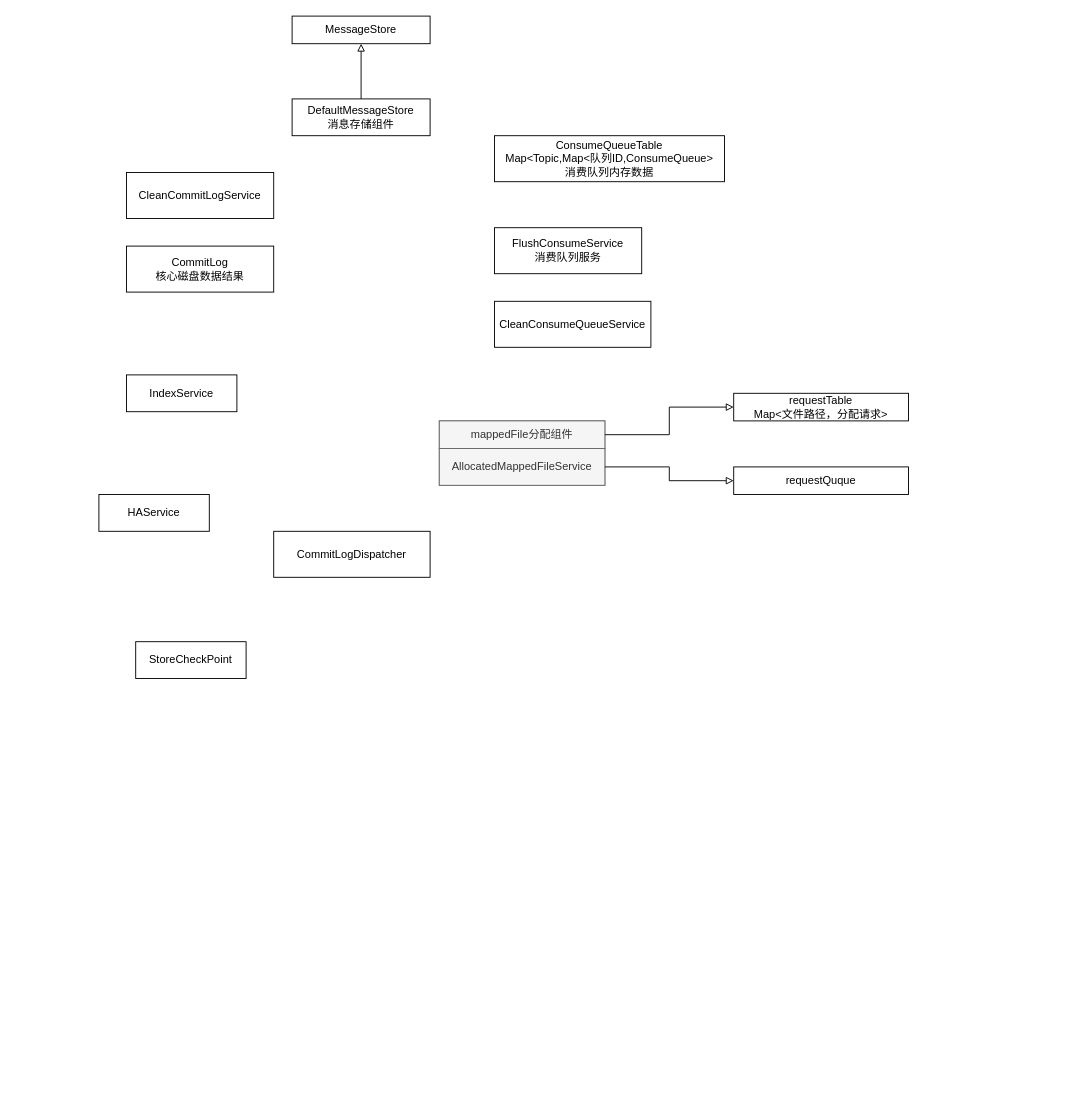
Earlier version of the draw.io diagram page "存储架构" (6 of 6) of 未命名绘图.drawio (plx927/Java-Core-learning). Source tidied: cells renumbered, new cells numbered last; positions are measured from the earlier drawing's top-left corner, leaving out a move shared by most shapes. Both pictures are drawn from the tidied source at 92%, with x=0, y=0 at pixel (98, 16).
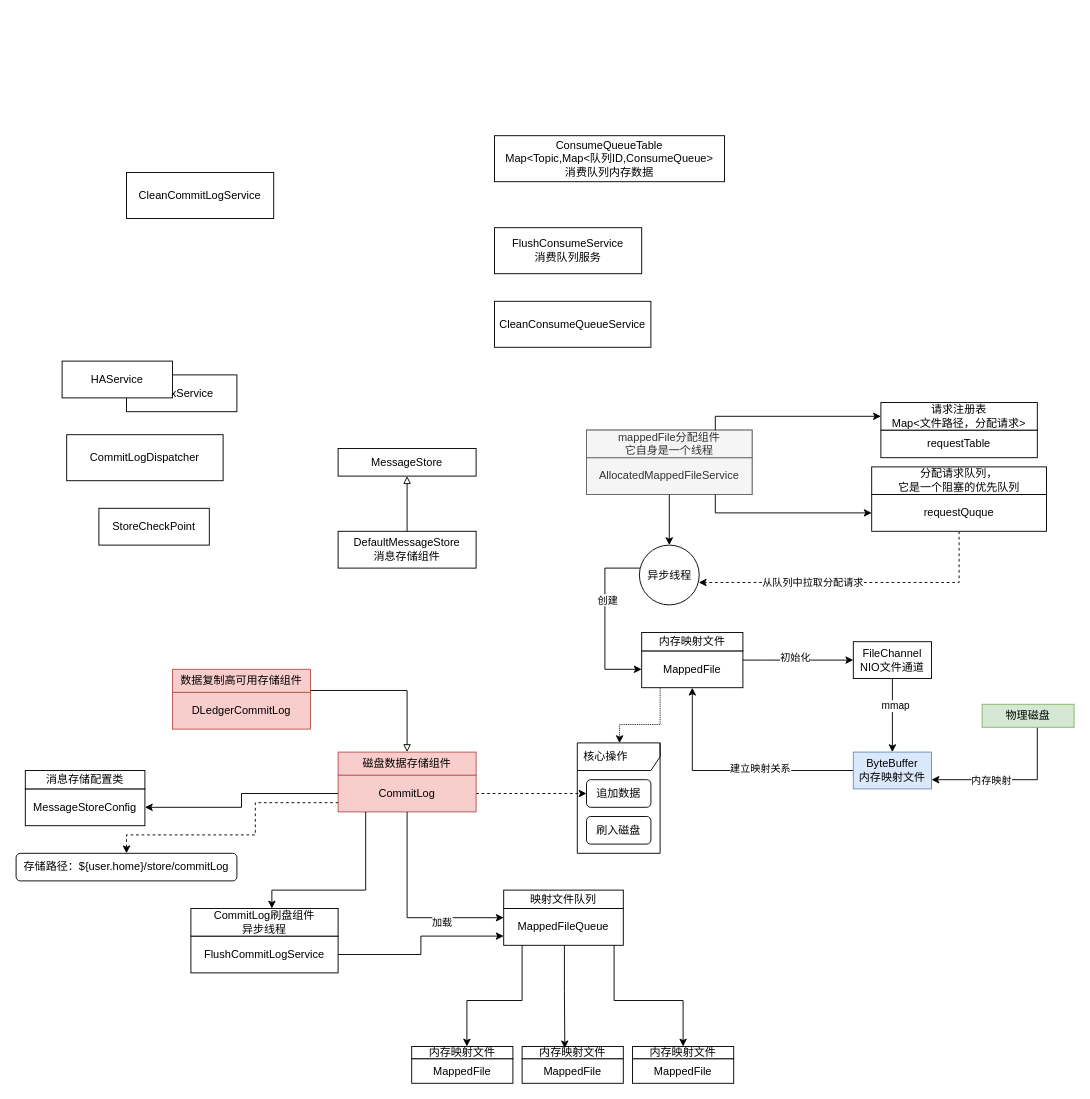
Above is the later version.

Commit message:
更新未命名绘图.drawio

The change refers to these unchanged cells:
```xml
<mxCell id="15" value="AllocatedMappedFileService" style="rounded=0;whiteSpace=wrap;html=1;fillColor=#f5f5f5;fontColor=#333333;strokeColor=#666666;" parent="14" vertex="1">
  <mxGeometry y="30" width="180" height="40" as="geometry" />
</mxCell>
```

Change to the diagram source:
```diff
@@
+    <mxCell id="21" value="核心操作" style="shape=umlFrame;whiteSpace=wrap;html=1;width=120;height=30;boundedLbl=1;verticalAlign=middle;align=left;spacingLeft=5;" parent="1" vertex="1">
+      <mxGeometry x="520" y="790" width="90" height="120" as="geometry" />
+    </mxCell>
@@
     <mxCell id="3" value="DefaultMessageStore&lt;br&gt;消息存储组件" style="rounded=0;whiteSpace=wrap;html=1;" parent="1" vertex="1">
-      <mxGeometry x="210" y="90" width="150" height="40" as="geometry" />
+      <mxGeometry x="260" y="560" width="150" height="40" as="geometry" />
     </mxCell>
     <mxCell id="4" value="MessageStore" style="rounded=0;whiteSpace=wrap;html=1;" parent="1" vertex="1">
-      <mxGeometry x="210" width="150" height="30" as="geometry" />
+      <mxGeometry x="260" y="470" width="150" height="30" as="geometry" />
     </mxCell>
-    <mxCell id="5" value="CommitLog&lt;br&gt;核心磁盘数据结果" style="rounded=0;whiteSpace=wrap;html=1;" parent="1" vertex="1">
-      <mxGeometry x="30" y="250" width="160" height="50" as="geometry" />
-    </mxCell>
+    <mxCell id="22" style="edgeStyle=orthogonalEdgeStyle;rounded=0;jettySize=auto;html=1;dashed=1;endArrow=classic;endFill=1;" parent="1" edge="1" source="5" target="44">
+      <mxGeometry relative="1" as="geometry" />
+    </mxCell>
@@
     <mxCell id="11" value="HAService" style="rounded=0;whiteSpace=wrap;html=1;" parent="1" vertex="1">
-      <mxGeometry y="520" width="120" height="40" as="geometry" />
+      <mxGeometry x="-40" y="375" width="120" height="40" as="geometry" />
     </mxCell>
     <mxCell id="12" value="StoreCheckPoint" style="rounded=0;whiteSpace=wrap;html=1;" parent="1" vertex="1">
-      <mxGeometry x="40" y="680" width="120" height="40" as="geometry" />
+      <mxGeometry y="535" width="120" height="40" as="geometry" />
     </mxCell>
     <mxCell id="13" value="CommitLogDispatcher" style="rounded=0;whiteSpace=wrap;html=1;" parent="1" vertex="1">
-      <mxGeometry x="190" y="560" width="170" height="50" as="geometry" />
+      <mxGeometry x="-35" y="455" width="170" height="50" as="geometry" />
     </mxCell>
     <mxCell id="14" style="group;fillColor=#f5f5f5;fontColor=#333333;strokeColor=#666666;" parent="1" vertex="1">
-      <mxGeometry x="370" y="440" width="180" height="70" as="geometry" />
+      <mxGeometry x="530" y="450" width="180" height="70" as="geometry" />
     </mxCell>
@@
-    <mxCell id="16" value="mappedFile分配组件" style="rounded=0;whiteSpace=wrap;html=1;fillColor=#f5f5f5;fontColor=#333333;strokeColor=#666666;" parent="14" vertex="1">
+    <mxCell id="16" value="mappedFile分配组件&lt;br&gt;它自身是一个线程" style="rounded=0;whiteSpace=wrap;html=1;fillColor=#f5f5f5;fontColor=#333333;strokeColor=#666666;" parent="14" vertex="1">
       <mxGeometry width="180" height="30" as="geometry" />
     </mxCell>
-    <mxCell id="17" value="requestTable&lt;br&gt;Map&amp;lt;文件路径，分配请求&amp;gt;" style="rounded=0;whiteSpace=wrap;html=1;" parent="1" vertex="1">
-      <mxGeometry x="690" y="410" width="190" height="30" as="geometry" />
-    </mxCell>
-    <mxCell id="18" value="requestQuque" style="rounded=0;whiteSpace=wrap;html=1;" parent="1" vertex="1">
-      <mxGeometry x="690" y="490" width="190" height="30" as="geometry" />
-    </mxCell>
-    <mxCell id="19" style="edgeStyle=orthogonalEdgeStyle;rounded=0;jettySize=auto;html=1;entryX=0;entryY=0.5;entryDx=0;entryDy=0;endArrow=block;endFill=0;" parent="1" edge="1" source="16" target="17">
-      <mxGeometry relative="1" as="geometry" />
+    <mxCell id="19" style="edgeStyle=orthogonalEdgeStyle;rounded=0;jettySize=auto;html=1;entryX=0;entryY=0.5;entryDx=0;entryDy=0;endArrow=classic;endFill=1;" parent="1" edge="1" source="16" target="27">
+      <mxGeometry relative="1" as="geometry">
+        <Array as="points">
+          <mxPoint x="670" y="435" />
+        </Array>
+      </mxGeometry>
     </mxCell>
-    <mxCell id="20" style="edgeStyle=orthogonalEdgeStyle;rounded=0;jettySize=auto;html=1;entryX=0;entryY=0.5;entryDx=0;entryDy=0;endArrow=block;endFill=0;" parent="1" edge="1" source="15" target="18">
-      <mxGeometry relative="1" as="geometry" />
+    <mxCell id="20" style="edgeStyle=orthogonalEdgeStyle;rounded=0;jettySize=auto;html=1;entryX=0;entryY=0.5;entryDx=0;entryDy=0;endArrow=classic;endFill=1;" parent="1" edge="1" source="15" target="18">
+      <mxGeometry relative="1" as="geometry">
+        <Array as="points">
+          <mxPoint x="670" y="540" />
+        </Array>
+      </mxGeometry>
     </mxCell>
+    <mxCell id="23" style="group;" parent="1" vertex="1">
+      <mxGeometry x="590" y="670" width="110" height="60" as="geometry" />
+    </mxCell>
+    <mxCell id="24" value="MappedFile" style="rounded=0;whiteSpace=wrap;html=1;" parent="23" vertex="1">
+      <mxGeometry y="20" width="110" height="40" as="geometry" />
+    </mxCell>
+    <mxCell id="25" value="内存映射文件" style="rounded=0;whiteSpace=wrap;html=1;" parent="23" vertex="1">
+      <mxGeometry width="110" height="20" as="geometry" />
+    </mxCell>
+    <mxCell id="26" style="group;" parent="1" vertex="1">
+      <mxGeometry x="850" y="430" width="170" height="50" as="geometry" />
+    </mxCell>
+    <mxCell id="17" value="requestTable&lt;br&gt;" style="rounded=0;whiteSpace=wrap;html=1;" parent="26" vertex="1">
+      <mxGeometry y="20" width="170" height="30" as="geometry" />
+    </mxCell>
+    <mxCell id="27" value="请求注册表&lt;br&gt;Map&amp;lt;文件路径，分配请求&amp;gt;" style="rounded=0;whiteSpace=wrap;html=1;" parent="26" vertex="1">
+      <mxGeometry y="-10" width="170" height="30" as="geometry" />
+    </mxCell>
+    <mxCell id="28" style="group;" parent="1" vertex="1">
+      <mxGeometry x="840" y="490" width="190" height="70" as="geometry" />
+    </mxCell>
+    <mxCell id="18" value="requestQuque" style="rounded=0;whiteSpace=wrap;html=1;" parent="28" vertex="1">
+      <mxGeometry y="30" width="190" height="40" as="geometry" />
+    </mxCell>
+    <mxCell id="29" value="分配请求队列，&lt;br&gt;它是一个阻塞的优先队列" style="rounded=0;whiteSpace=wrap;html=1;" parent="28" vertex="1">
+      <mxGeometry width="190" height="30" as="geometry" />
+    </mxCell>
+    <mxCell id="30" style="edgeStyle=orthogonalEdgeStyle;rounded=0;jettySize=auto;html=1;entryX=0;entryY=0.5;entryDx=0;entryDy=0;endArrow=classic;endFill=1;" parent="1" edge="1" source="32" target="24">
+      <mxGeometry relative="1" as="geometry">
+        <Array as="points">
+          <mxPoint x="550" y="600" />
+          <mxPoint x="550" y="710" />
+        </Array>
+      </mxGeometry>
+    </mxCell>
+    <mxCell id="31" value="创建" style="edgeLabel;html=1;align=center;verticalAlign=middle;" parent="30" vertex="1">
+      <mxGeometry x="-0.23" y="2" relative="1" as="geometry" />
+    </mxCell>
+    <mxCell id="32" value="异步线程" style="ellipse;whiteSpace=wrap;html=1;" parent="1" vertex="1">
+      <mxGeometry x="587.5" y="575" width="65" height="65" as="geometry" />
+    </mxCell>
+    <mxCell id="33" style="edgeStyle=orthogonalEdgeStyle;rounded=0;jettySize=auto;html=1;entryX=0.5;entryY=0;entryDx=0;entryDy=0;endArrow=classic;endFill=1;" parent="1" edge="1" source="15" target="32">
+      <mxGeometry relative="1" as="geometry" />
+    </mxCell>
+    <mxCell id="34" style="edgeStyle=orthogonalEdgeStyle;rounded=0;jettySize=auto;html=1;entryX=0.992;entryY=0.625;entryDx=0;entryDy=0;entryPerimeter=0;endArrow=classic;endFill=1;dashed=1;" parent="1" edge="1" source="18" target="32">
+      <mxGeometry relative="1" as="geometry">
+        <Array as="points">
+          <mxPoint x="935" y="616" />
+        </Array>
+      </mxGeometry>
+    </mxCell>
+    <mxCell id="35" value="从队列中拉取分配请求" style="edgeLabel;html=1;align=center;verticalAlign=middle;" parent="34" vertex="1">
+      <mxGeometry x="0.27" relative="1" as="geometry" />
+    </mxCell>
+    <mxCell id="36" style="edgeStyle=orthogonalEdgeStyle;rounded=0;jettySize=auto;html=1;endArrow=classic;endFill=1;" parent="1" edge="1" source="38" target="43">
+      <mxGeometry relative="1" as="geometry" />
+    </mxCell>
+    <mxCell id="37" value="mmap" style="edgeLabel;html=1;align=center;verticalAlign=middle;" parent="36" vertex="1">
+      <mxGeometry x="-0.27" y="3" relative="1" as="geometry" />
+    </mxCell>
+    <mxCell id="38" value="FileChannel&lt;br&gt;NIO文件通道" style="whiteSpace=wrap;html=1;rounded=0;" parent="1" vertex="1">
+      <mxGeometry x="820" y="680" width="85" height="40" as="geometry" />
+    </mxCell>
+    <mxCell id="39" style="edgeStyle=orthogonalEdgeStyle;rounded=0;jettySize=auto;html=1;endArrow=classic;endFill=1;" parent="1" edge="1" source="24" target="38">
+      <mxGeometry relative="1" as="geometry">
+        <Array as="points">
+          <mxPoint x="720" y="700" />
+          <mxPoint x="720" y="700" />
+        </Array>
+      </mxGeometry>
+    </mxCell>
+    <mxCell id="40" value="初始化" style="edgeLabel;html=1;align=center;verticalAlign=middle;" parent="39" vertex="1">
+      <mxGeometry x="-0.29" y="3" relative="1" as="geometry">
+        <mxPoint x="13" as="offset" />
+      </mxGeometry>
+    </mxCell>
+    <mxCell id="41" style="edgeStyle=orthogonalEdgeStyle;rounded=0;jettySize=auto;html=1;entryX=0.5;entryY=1;entryDx=0;entryDy=0;endArrow=classic;endFill=1;" parent="1" edge="1" source="43" target="24">
+      <mxGeometry relative="1" as="geometry" />
+    </mxCell>
+    <mxCell id="42" value="建立映射关系" style="edgeLabel;html=1;align=center;verticalAlign=middle;" parent="41" vertex="1">
+      <mxGeometry x="-0.23" y="-3" relative="1" as="geometry" />
+    </mxCell>
+    <mxCell id="43" value="ByteBuffer&lt;br&gt;内存映射文件" style="whiteSpace=wrap;html=1;rounded=0;fillColor=#dae8fc;strokeColor=#6c8ebf;" parent="1" vertex="1">
+      <mxGeometry x="820" y="800" width="85" height="40" as="geometry" />
+    </mxCell>
+    <mxCell id="44" value="追加数据" style="rounded=1;whiteSpace=wrap;html=1;" parent="1" vertex="1">
+      <mxGeometry x="530" y="830" width="70" height="30" as="geometry" />
+    </mxCell>
+    <mxCell id="45" value="刷入磁盘" style="rounded=1;whiteSpace=wrap;html=1;" parent="1" vertex="1">
+      <mxGeometry x="530" y="870" width="70" height="30" as="geometry" />
+    </mxCell>
+    <mxCell id="46" style="edgeStyle=orthogonalEdgeStyle;rounded=0;jettySize=auto;html=1;entryX=0.511;entryY=0.002;entryDx=0;entryDy=0;entryPerimeter=0;endArrow=classic;endFill=1;dashed=1;dashPattern=1 1;" parent="1" edge="1" source="24" target="21">
+      <mxGeometry relative="1" as="geometry">
+        <Array as="points">
+          <mxPoint x="610" y="770" />
+          <mxPoint x="566" y="770" />
+        </Array>
+      </mxGeometry>
+    </mxCell>
+    <mxCell id="47" style="group;" parent="1" vertex="1">
+      <mxGeometry x="260" y="800" width="150" height="65" as="geometry" />
+    </mxCell>
+    <mxCell id="5" value="CommitLog&lt;br&gt;" style="rounded=0;whiteSpace=wrap;html=1;fillColor=#f8cecc;strokeColor=#b85450;" parent="47" vertex="1">
+      <mxGeometry y="25" width="150" height="40" as="geometry" />
+    </mxCell>
+    <mxCell id="48" value="磁盘数据存储组件" style="rounded=0;whiteSpace=wrap;html=1;fillColor=#f8cecc;strokeColor=#b85450;" parent="47" vertex="1">
+      <mxGeometry width="150" height="25" as="geometry" />
+    </mxCell>
+    <mxCell id="49" style="group;" parent="1" vertex="1">
+      <mxGeometry x="80" y="710" width="150" height="65" as="geometry" />
+    </mxCell>
+    <mxCell id="50" value="DLedgerCommitLog" style="rounded=0;whiteSpace=wrap;html=1;fillColor=#f8cecc;strokeColor=#b85450;" parent="49" vertex="1">
+      <mxGeometry y="25" width="150" height="40" as="geometry" />
+    </mxCell>
+    <mxCell id="51" value="数据复制高可用存储组件" style="rounded=0;whiteSpace=wrap;html=1;fillColor=#f8cecc;strokeColor=#b85450;" parent="49" vertex="1">
+      <mxGeometry width="150" height="25" as="geometry" />
+    </mxCell>
+    <mxCell id="52" style="edgeStyle=orthogonalEdgeStyle;rounded=0;jettySize=auto;html=1;endArrow=block;endFill=0;" parent="1" edge="1" source="51">
+      <mxGeometry relative="1" as="geometry">
+        <mxPoint x="335" y="800" as="targetPoint" />
+        <Array as="points">
+          <mxPoint x="335" y="733" />
+        </Array>
+      </mxGeometry>
+    </mxCell>
+    <mxCell id="53" style="group;" parent="1" vertex="1">
+      <mxGeometry x="-80" y="810" width="130" height="70" as="geometry" />
+    </mxCell>
+    <mxCell id="54" value="MessageStoreConfig" style="rounded=0;whiteSpace=wrap;html=1;" parent="53" vertex="1">
+      <mxGeometry y="30" width="130" height="40" as="geometry" />
+    </mxCell>
+    <mxCell id="55" value="消息存储配置类" style="rounded=0;whiteSpace=wrap;html=1;" parent="53" vertex="1">
+      <mxGeometry y="10" width="130" height="20" as="geometry" />
+    </mxCell>
+    <mxCell id="56" style="group;" parent="1" vertex="1">
+      <mxGeometry x="440" y="940" width="130" height="70" as="geometry" />
+    </mxCell>
+    <mxCell id="57" value="MappedFileQueue" style="rounded=0;whiteSpace=wrap;html=1;" parent="56" vertex="1">
+      <mxGeometry y="30" width="130" height="40" as="geometry" />
+    </mxCell>
+    <mxCell id="58" value="映射文件队列" style="rounded=0;whiteSpace=wrap;html=1;" parent="56" vertex="1">
+      <mxGeometry y="10" width="130" height="20" as="geometry" />
+    </mxCell>
+    <mxCell id="59" style="edgeStyle=orthogonalEdgeStyle;rounded=0;jettySize=auto;html=1;entryX=1;entryY=0.5;entryDx=0;entryDy=0;endArrow=classic;endFill=1;" parent="1" edge="1" source="5" target="54">
+      <mxGeometry relative="1" as="geometry">
+        <Array as="points">
+          <mxPoint x="155" y="845" />
+          <mxPoint x="155" y="860" />
+        </Array>
+      </mxGeometry>
+    </mxCell>
+    <mxCell id="60" style="edgeStyle=orthogonalEdgeStyle;rounded=0;jettySize=auto;html=1;entryX=0;entryY=0.75;entryDx=0;entryDy=0;dashed=1;endArrow=none;endFill=0;startArrow=classic;startFill=1;" parent="1" edge="1" source="61" target="5">
+      <mxGeometry relative="1" as="geometry">
+        <Array as="points">
+          <mxPoint x="30" y="890" />
+          <mxPoint x="170" y="890" />
+          <mxPoint x="170" y="855" />
+        </Array>
+      </mxGeometry>
+    </mxCell>
+    <mxCell id="61" value="存储路径：${user.home}/store/commitLog" style="rounded=1;whiteSpace=wrap;html=1;" parent="1" vertex="1">
+      <mxGeometry x="-90" y="910" width="240" height="30" as="geometry" />
+    </mxCell>
+    <mxCell id="62" style="edgeStyle=orthogonalEdgeStyle;rounded=0;jettySize=auto;html=1;startArrow=none;startFill=0;endArrow=classic;endFill=1;entryX=0;entryY=0.25;entryDx=0;entryDy=0;" parent="1" edge="1" source="5" target="57">
+      <mxGeometry relative="1" as="geometry">
+        <Array as="points">
+          <mxPoint x="335" y="980" />
+        </Array>
+      </mxGeometry>
+    </mxCell>
+    <mxCell id="63" value="加载" style="edgeLabel;html=1;align=center;verticalAlign=middle;" parent="62" vertex="1">
+      <mxGeometry x="0.38" y="-4" relative="1" as="geometry" />
+    </mxCell>
+    <mxCell id="64" style="group;" parent="1" vertex="1">
+      <mxGeometry x="340" y="1120" width="110" height="40" as="geometry" />
+    </mxCell>
+    <mxCell id="65" value="MappedFile" style="rounded=0;whiteSpace=wrap;html=1;" parent="64" vertex="1">
+      <mxGeometry y="13.3" width="110" height="26.7" as="geometry" />
+    </mxCell>
+    <mxCell id="66" value="内存映射文件" style="rounded=0;whiteSpace=wrap;html=1;" parent="64" vertex="1">
+      <mxGeometry width="110" height="13.3" as="geometry" />
+    </mxCell>
+    <mxCell id="67" style="group;" parent="1" vertex="1">
+      <mxGeometry x="460" y="1120" width="110" height="40" as="geometry" />
+    </mxCell>
+    <mxCell id="68" value="MappedFile" style="rounded=0;whiteSpace=wrap;html=1;" parent="67" vertex="1">
+      <mxGeometry y="13.3" width="110" height="26.7" as="geometry" />
+    </mxCell>
+    <mxCell id="69" value="内存映射文件" style="rounded=0;whiteSpace=wrap;html=1;" parent="67" vertex="1">
+      <mxGeometry width="110" height="13.3" as="geometry" />
+    </mxCell>
+    <mxCell id="70" style="group;" parent="1" vertex="1">
+      <mxGeometry x="580" y="1120" width="110" height="40" as="geometry" />
+    </mxCell>
+    <mxCell id="71" value="MappedFile" style="rounded=0;whiteSpace=wrap;html=1;" parent="70" vertex="1">
+      <mxGeometry y="13.3" width="110" height="26.7" as="geometry" />
+    </mxCell>
+    <mxCell id="72" value="内存映射文件" style="rounded=0;whiteSpace=wrap;html=1;" parent="70" vertex="1">
+      <mxGeometry width="110" height="13.3" as="geometry" />
+    </mxCell>
+    <mxCell id="73" style="edgeStyle=orthogonalEdgeStyle;rounded=0;jettySize=auto;html=1;startArrow=none;startFill=0;endArrow=classic;endFill=1;" parent="1" edge="1" source="57">
+      <mxGeometry relative="1" as="geometry">
+        <mxPoint x="400" y="1120" as="targetPoint" />
+        <Array as="points">
+          <mxPoint x="460" y="1070" />
+          <mxPoint x="400" y="1070" />
+        </Array>
+      </mxGeometry>
+    </mxCell>
+    <mxCell id="74" style="edgeStyle=orthogonalEdgeStyle;rounded=0;jettySize=auto;html=1;entryX=0.5;entryY=0;entryDx=0;entryDy=0;startArrow=none;startFill=0;endArrow=classic;endFill=1;" parent="1" edge="1" source="57" target="72">
+      <mxGeometry relative="1" as="geometry">
+        <Array as="points">
+          <mxPoint x="560" y="1070" />
+          <mxPoint x="635" y="1070" />
+        </Array>
+      </mxGeometry>
+    </mxCell>
+    <mxCell id="75" style="edgeStyle=orthogonalEdgeStyle;rounded=0;jettySize=auto;html=1;entryX=0.422;entryY=0.15;entryDx=0;entryDy=0;entryPerimeter=0;startArrow=none;startFill=0;endArrow=classic;endFill=1;" parent="1" edge="1" source="57" target="69">
+      <mxGeometry relative="1" as="geometry">
+        <Array as="points">
+          <mxPoint x="506" y="1060" />
+          <mxPoint x="506" y="1060" />
+        </Array>
+      </mxGeometry>
+    </mxCell>
+    <mxCell id="76" style="edgeStyle=orthogonalEdgeStyle;rounded=0;jettySize=auto;html=1;entryX=1;entryY=0.75;entryDx=0;entryDy=0;startArrow=none;startFill=0;endArrow=classic;endFill=1;" parent="1" edge="1" source="78" target="43">
+      <mxGeometry relative="1" as="geometry">
+        <Array as="points">
+          <mxPoint x="1020" y="830" />
+        </Array>
+      </mxGeometry>
+    </mxCell>
+    <mxCell id="77" value="内存映射" style="edgeLabel;html=1;align=center;verticalAlign=middle;" parent="76" vertex="1">
+      <mxGeometry x="0.26" y="2" relative="1" as="geometry">
+        <mxPoint y="-2" as="offset" />
+      </mxGeometry>
+    </mxCell>
+    <mxCell id="78" value="物理磁盘" style="rounded=0;whiteSpace=wrap;html=1;fillColor=#d5e8d4;strokeColor=#82b366;" parent="1" vertex="1">
+      <mxGeometry x="960" y="748" width="100" height="25" as="geometry" />
+    </mxCell>
+    <mxCell id="79" style="group;" parent="1" vertex="1">
+      <mxGeometry x="100" y="970" width="160" height="70" as="geometry" />
+    </mxCell>
+    <mxCell id="80" value="FlushCommitLogService" style="rounded=0;whiteSpace=wrap;html=1;" parent="79" vertex="1">
+      <mxGeometry y="30" width="160" height="40" as="geometry" />
+    </mxCell>
+    <mxCell id="81" value="CommitLog刷盘组件&lt;br&gt;异步线程" style="rounded=0;whiteSpace=wrap;html=1;" parent="79" vertex="1">
+      <mxGeometry width="160" height="30" as="geometry" />
+    </mxCell>
+    <mxCell id="82" style="edgeStyle=orthogonalEdgeStyle;rounded=0;jettySize=auto;html=1;startArrow=none;startFill=0;endArrow=classic;endFill=1;" parent="1" edge="1" source="5">
+      <mxGeometry relative="1" as="geometry">
+        <mxPoint x="188" y="970" as="targetPoint" />
+        <Array as="points">
+          <mxPoint x="290" y="950" />
+          <mxPoint x="188" y="950" />
+        </Array>
+      </mxGeometry>
+    </mxCell>
+    <mxCell id="83" style="edgeStyle=orthogonalEdgeStyle;rounded=0;jettySize=auto;html=1;entryX=0;entryY=0.75;entryDx=0;entryDy=0;startArrow=none;startFill=0;endArrow=classic;endFill=1;" parent="1" edge="1" source="80" target="57">
+      <mxGeometry relative="1" as="geometry" />
+    </mxCell>
```
